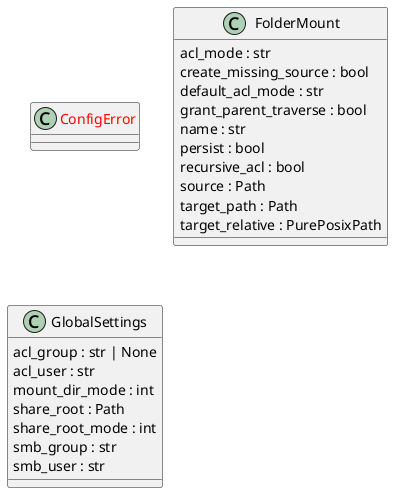
The PlantUML diagram docs/diagrams/python-classes.puml.png in casonk/snowbridge, before a commit.
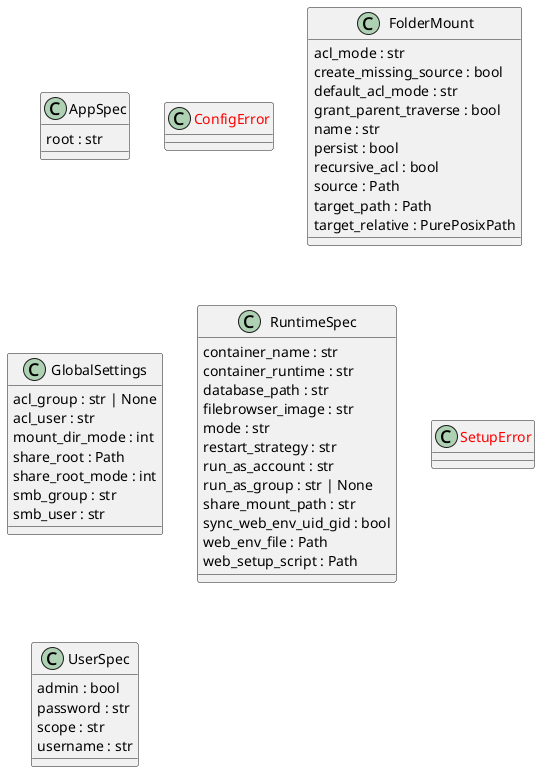
The same file after the commit.

What changed in the source:
```diff
@@ -1,5 +1,8 @@
 @startuml classes_snowbridge
 set namespaceSeparator none
+class "AppSpec" as setup_filebrowser_access.AppSpec {
+  root : str
+}
 class "<color:red>ConfigError</color>" as setup_bind_share.ConfigError {
 }
 class "FolderMount" as setup_bind_share.FolderMount {
@@ -23,4 +26,26 @@
   smb_group : str
   smb_user : str
 }
+class "RuntimeSpec" as setup_filebrowser_access.RuntimeSpec {
+  container_name : str
+  container_runtime : str
+  database_path : str
+  filebrowser_image : str
+  mode : str
+  restart_strategy : str
+  run_as_account : str
+  run_as_group : str | None
+  share_mount_path : str
+  sync_web_env_uid_gid : bool
+  web_env_file : Path
+  web_setup_script : Path
+}
+class "<color:red>SetupError</color>" as setup_filebrowser_access.SetupError {
+}
+class "UserSpec" as setup_filebrowser_access.UserSpec {
+  admin : bool
+  password : str
+  scope : str
+  username : str
+}
 @enduml
```
